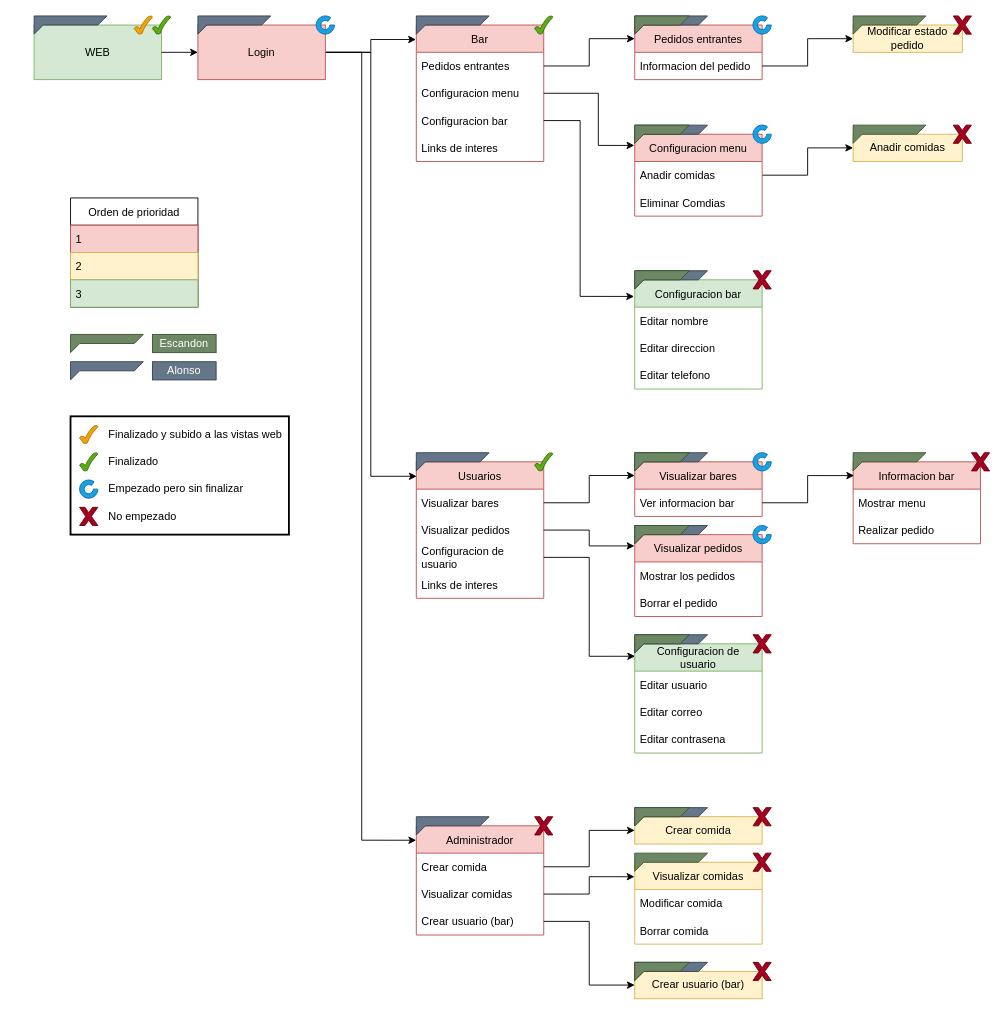
Before: page "WEB - Distribucion.V2" (7 of 7) of documentacion/Diagrama/Estructura del TFG.drawio in AlexBlu22/trabajo-tfg, a draw.io diagram. Source tidied: cells renumbered, new cells numbered last; positions are measured from the earlier drawing's top-left corner, leaving out a move shared by most shapes. Both pictures are drawn from the tidied source at 91%, with x=0, y=0 at pixel (34, 15).
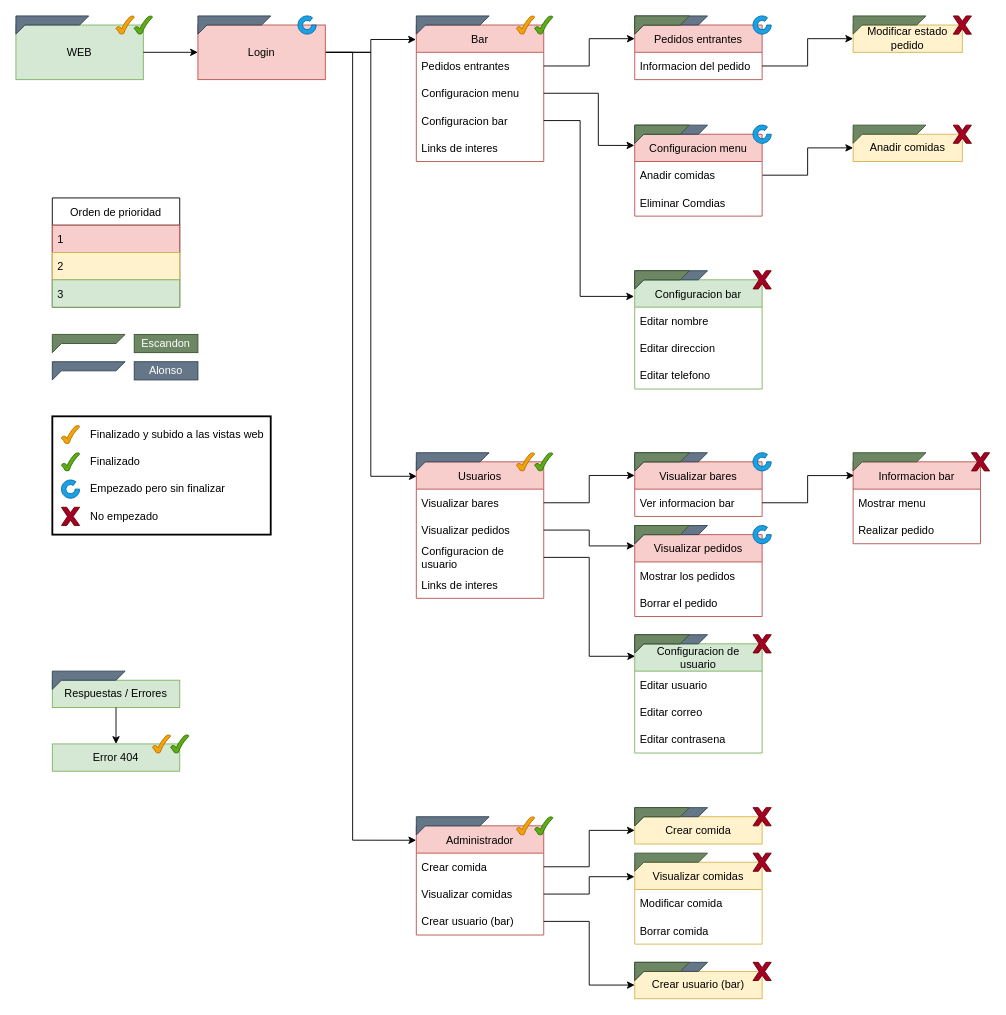
After the change.

The change refers to these unchanged cells:
```xml
<mxCell id="5" value="Login" style="rounded=0;whiteSpace=wrap;html=1;fillColor=#f8cecc;strokeColor=#b85450;" parent="1" vertex="1">
  <mxGeometry x="180" y="10" width="140" height="60" as="geometry" />
</mxCell>
<mxCell id="16" value="Administrador" style="swimlane;fontStyle=0;horizontal=1;startSize=30;fillColor=#f8cecc;strokeColor=#b85450;" parent="1" vertex="1">
  <mxGeometry x="420" y="890" width="140" height="120" as="geometry" />
</mxCell>
```

The edit, as a diff of the source:
```diff
@@
     <mxCell id="4" style="edgeStyle=orthogonalEdgeStyle;rounded=0;jettySize=auto;html=1;exitX=1;exitY=0.5;exitDx=0;exitDy=0;entryX=-0.001;entryY=0.132;entryDx=0;entryDy=0;entryPerimeter=0;" parent="1" edge="1" source="5" target="16">
       <mxGeometry relative="1" as="geometry">
         <Array as="points">
-          <mxPoint x="360" y="40" />
-          <mxPoint x="360" y="906" />
-          <mxPoint x="420" y="906" />
+          <mxPoint x="350" y="40" />
+          <mxPoint x="350" y="906" />
         </Array>
       </mxGeometry>
     </mxCell>
@@
     <mxCell id="54" value="Orden de prioridad" style="swimlane;fontStyle=0;horizontal=1;startSize=30;" parent="1" vertex="1">
-      <mxGeometry x="40" y="200" width="140" height="120" as="geometry" />
+      <mxGeometry x="20" y="200" width="140" height="120" as="geometry" />
     </mxCell>
@@
     <mxCell id="58" value="WEB" style="rounded=0;whiteSpace=wrap;html=1;fillColor=#d5e8d4;strokeColor=#82b366;" parent="1" vertex="1">
-      <mxGeometry y="10" width="140" height="60" as="geometry" />
+      <mxGeometry x="-20" y="10" width="140" height="60" as="geometry" />
     </mxCell>
@@
-    <mxCell id="77" style="verticalLabelPosition=bottom;verticalAlign=top;html=1;shape=mxgraph.basic.x;fillColor=#a20025;strokeColor=#6F0000;fontColor=#ffffff;" parent="1" vertex="1">
-      <mxGeometry x="550" y="880" width="20" height="20" as="geometry" />
-    </mxCell>
@@
     <mxCell id="81" style="verticalLabelPosition=bottom;verticalAlign=top;html=1;shape=mxgraph.basic.frame_corner;dx=10;fillColor=#647687;fontColor=#ffffff;strokeColor=#314354;" parent="1" vertex="1">
-      <mxGeometry width="80" height="20" as="geometry" />
+      <mxGeometry x="-20" width="80" height="20" as="geometry" />
     </mxCell>
@@
     <mxCell id="94" style="verticalLabelPosition=bottom;verticalAlign=top;html=1;shape=mxgraph.basic.frame_corner;dx=10;fillColor=#647687;fontColor=#ffffff;strokeColor=#314354;" parent="1" vertex="1">
-      <mxGeometry x="40" y="380" width="80" height="20" as="geometry" />
+      <mxGeometry x="20" y="380" width="80" height="20" as="geometry" />
     </mxCell>
     <mxCell id="95" style="verticalLabelPosition=bottom;verticalAlign=top;html=1;shape=mxgraph.basic.frame_corner;dx=10;fillColor=#6d8764;fontColor=#ffffff;strokeColor=#3A5431;" parent="1" vertex="1">
-      <mxGeometry x="40" y="350" width="80" height="20" as="geometry" />
+      <mxGeometry x="20" y="350" width="80" height="20" as="geometry" />
     </mxCell>
     <mxCell id="96" value="Escandon" style="text;html=1;strokeColor=#3A5431;fillColor=#6d8764;align=center;verticalAlign=middle;whiteSpace=wrap;rounded=0;fontColor=#ffffff;" parent="1" vertex="1">
-      <mxGeometry x="130" y="350" width="70" height="20" as="geometry" />
+      <mxGeometry x="110" y="350" width="70" height="20" as="geometry" />
     </mxCell>
     <mxCell id="97" value="Alonso" style="text;html=1;strokeColor=#314354;fillColor=#647687;align=center;verticalAlign=middle;whiteSpace=wrap;rounded=0;fontColor=#ffffff;" parent="1" vertex="1">
-      <mxGeometry x="130" y="380" width="70" height="20" as="geometry" />
+      <mxGeometry x="110" y="380" width="70" height="20" as="geometry" />
     </mxCell>
@@
     <mxCell id="110" style="verticalLabelPosition=bottom;verticalAlign=top;html=1;shape=mxgraph.basic.tick;fillColor=#60a917;strokeColor=#2D7600;fontColor=#ffffff;" parent="1" vertex="1">
-      <mxGeometry x="130" width="20" height="20" as="geometry" />
+      <mxGeometry x="110" width="20" height="20" as="geometry" />
     </mxCell>
     <mxCell id="111" style="verticalLabelPosition=bottom;verticalAlign=top;html=1;shape=mxgraph.basic.partConcEllipse;startAngle=0.25;endAngle=0.1;arcWidth=0.5;fillColor=#1ba1e2;strokeColor=#006EAF;fontColor=#ffffff;" parent="1" vertex="1">
-      <mxGeometry x="310" width="20" height="20" as="geometry" />
+      <mxGeometry x="290" width="20" height="20" as="geometry" />
     </mxCell>
     <mxCell id="112" style="verticalLabelPosition=bottom;verticalAlign=top;html=1;shape=mxgraph.basic.tick;fillColor=#f0a30a;strokeColor=#BD7000;fontColor=#000000;" parent="1" vertex="1">
-      <mxGeometry x="110" width="20" height="20" as="geometry" />
+      <mxGeometry x="90" width="20" height="20" as="geometry" />
     </mxCell>
     <mxCell id="113" style="verticalLabelPosition=bottom;verticalAlign=top;html=1;shape=mxgraph.basic.x;fillColor=#a20025;strokeColor=#6F0000;fontColor=#ffffff;" parent="1" vertex="1">
-      <mxGeometry x="50" y="540" width="20" height="20" as="geometry" />
+      <mxGeometry x="30" y="540" width="20" height="20" as="geometry" />
     </mxCell>
     <mxCell id="114" style="verticalLabelPosition=bottom;verticalAlign=top;html=1;shape=mxgraph.basic.partConcEllipse;startAngle=0.25;endAngle=0.1;arcWidth=0.5;fillColor=#1ba1e2;strokeColor=#006EAF;fontColor=#ffffff;" parent="1" vertex="1">
-      <mxGeometry x="50" y="510" width="20" height="20" as="geometry" />
+      <mxGeometry x="30" y="510" width="20" height="20" as="geometry" />
     </mxCell>
     <mxCell id="115" style="verticalLabelPosition=bottom;verticalAlign=top;html=1;shape=mxgraph.basic.tick;fillColor=#60a917;strokeColor=#2D7600;fontColor=#ffffff;" parent="1" vertex="1">
-      <mxGeometry x="50" y="480" width="20" height="20" as="geometry" />
+      <mxGeometry x="30" y="480" width="20" height="20" as="geometry" />
     </mxCell>
     <mxCell id="116" style="verticalLabelPosition=bottom;verticalAlign=top;html=1;shape=mxgraph.basic.tick;fillColor=#f0a30a;strokeColor=#BD7000;fontColor=#000000;" parent="1" vertex="1">
-      <mxGeometry x="50" y="450" width="20" height="20" as="geometry" />
+      <mxGeometry x="30" y="450" width="20" height="20" as="geometry" />
     </mxCell>
     <mxCell id="117" value="Finalizado y subido a las vistas web" style="text;html=1;strokeColor=none;fillColor=none;align=left;verticalAlign=middle;whiteSpace=wrap;rounded=0;" parent="1" vertex="1">
-      <mxGeometry x="80" y="450" width="200" height="20" as="geometry" />
+      <mxGeometry x="60" y="450" width="200" height="20" as="geometry" />
     </mxCell>
     <mxCell id="118" value="Finalizado" style="text;html=1;strokeColor=none;fillColor=none;align=left;verticalAlign=middle;whiteSpace=wrap;rounded=0;" parent="1" vertex="1">
-      <mxGeometry x="80" y="480" width="200" height="20" as="geometry" />
+      <mxGeometry x="60" y="480" width="200" height="20" as="geometry" />
     </mxCell>
     <mxCell id="119" value="Empezado pero sin finalizar" style="text;html=1;strokeColor=none;fillColor=none;align=left;verticalAlign=middle;whiteSpace=wrap;rounded=0;" parent="1" vertex="1">
-      <mxGeometry x="80" y="510" width="200" height="20" as="geometry" />
+      <mxGeometry x="60" y="510" width="200" height="20" as="geometry" />
     </mxCell>
     <mxCell id="120" value="No empezado" style="text;html=1;strokeColor=none;fillColor=none;align=left;verticalAlign=middle;whiteSpace=wrap;rounded=0;" parent="1" vertex="1">
-      <mxGeometry x="80" y="540" width="200" height="20" as="geometry" />
+      <mxGeometry x="60" y="540" width="200" height="20" as="geometry" />
     </mxCell>
     <mxCell id="121" style="rounded=0;whiteSpace=wrap;html=1;fillColor=none;strokeWidth=2;" parent="1" vertex="1">
-      <mxGeometry x="40" y="440" width="240" height="130" as="geometry" />
+      <mxGeometry x="20" y="440" width="240" height="130" as="geometry" />
     </mxCell>
+    <mxCell id="122" style="verticalLabelPosition=bottom;verticalAlign=top;html=1;shape=mxgraph.basic.tick;fillColor=#60a917;strokeColor=#2D7600;fontColor=#ffffff;" parent="1" vertex="1">
+      <mxGeometry x="550" y="880" width="20" height="20" as="geometry" />
+    </mxCell>
+    <mxCell id="123" value="Respuestas / Errores" style="rounded=0;whiteSpace=wrap;html=1;fillColor=#d5e8d4;strokeColor=#82b366;" parent="1" vertex="1">
+      <mxGeometry x="20" y="730" width="140" height="30" as="geometry" />
+    </mxCell>
+    <mxCell id="124" style="endArrow=classic;html=1;rounded=0;exitX=0.5;exitY=1;exitDx=0;exitDy=0;" parent="1" edge="1" source="123">
+      <mxGeometry relative="1" as="geometry">
+        <mxPoint x="90" y="800" as="targetPoint" />
+      </mxGeometry>
+    </mxCell>
+    <mxCell id="125" value="Error 404" style="rounded=0;whiteSpace=wrap;html=1;fillColor=#d5e8d4;strokeColor=#82b366;" parent="1" vertex="1">
+      <mxGeometry x="20" y="800" width="140" height="30" as="geometry" />
+    </mxCell>
+    <mxCell id="126" style="verticalLabelPosition=bottom;verticalAlign=top;html=1;shape=mxgraph.basic.frame_corner;dx=10;fillColor=#647687;fontColor=#ffffff;strokeColor=#314354;" parent="1" vertex="1">
+      <mxGeometry x="20" y="720" width="80" height="20" as="geometry" />
+    </mxCell>
+    <mxCell id="127" style="verticalLabelPosition=bottom;verticalAlign=top;html=1;shape=mxgraph.basic.tick;fillColor=#60a917;strokeColor=#2D7600;fontColor=#ffffff;" parent="1" vertex="1">
+      <mxGeometry x="150" y="790" width="20" height="20" as="geometry" />
+    </mxCell>
+    <mxCell id="128" style="verticalLabelPosition=bottom;verticalAlign=top;html=1;shape=mxgraph.basic.tick;fillColor=#f0a30a;strokeColor=#BD7000;fontColor=#000000;" parent="1" vertex="1">
+      <mxGeometry x="530" width="20" height="20" as="geometry" />
+    </mxCell>
+    <mxCell id="129" style="verticalLabelPosition=bottom;verticalAlign=top;html=1;shape=mxgraph.basic.tick;fillColor=#f0a30a;strokeColor=#BD7000;fontColor=#000000;" parent="1" vertex="1">
+      <mxGeometry x="530" y="480" width="20" height="20" as="geometry" />
+    </mxCell>
+    <mxCell id="130" style="verticalLabelPosition=bottom;verticalAlign=top;html=1;shape=mxgraph.basic.tick;fillColor=#f0a30a;strokeColor=#BD7000;fontColor=#000000;" parent="1" vertex="1">
+      <mxGeometry x="530" y="880" width="20" height="20" as="geometry" />
+    </mxCell>
+    <mxCell id="131" style="verticalLabelPosition=bottom;verticalAlign=top;html=1;shape=mxgraph.basic.tick;fillColor=#f0a30a;strokeColor=#BD7000;fontColor=#000000;" parent="1" vertex="1">
+      <mxGeometry x="130" y="790" width="20" height="20" as="geometry" />
+    </mxCell>
```
